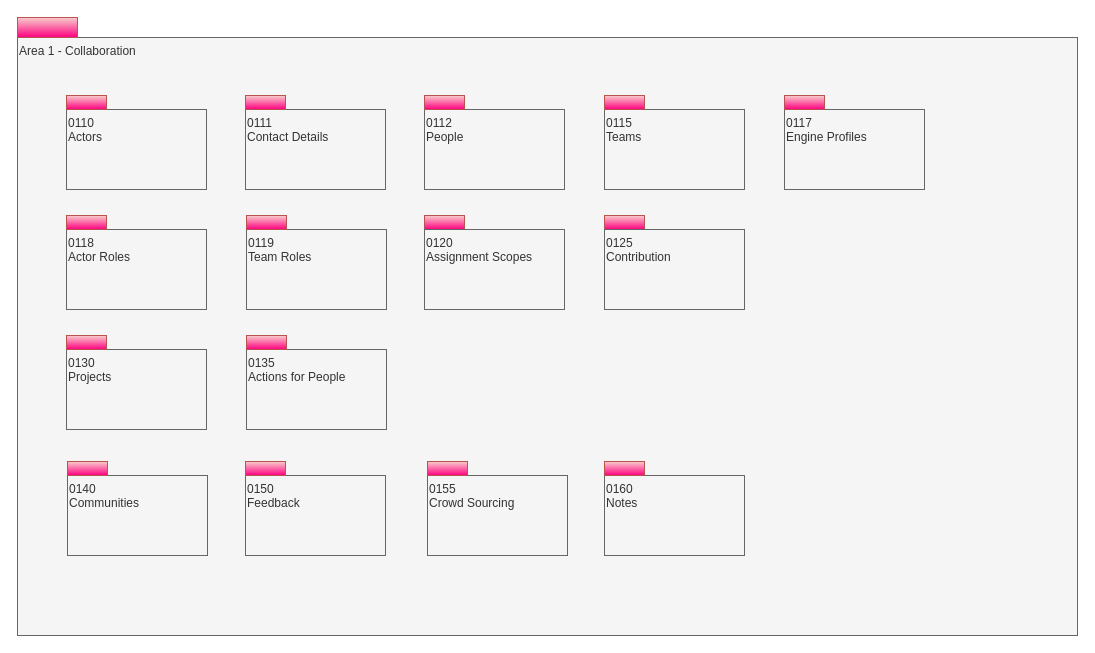
Above: page "Overview" (1 of 15) of site/docs/types/1/area-1-collaboration.drawio in odpi/egeria-docs (draw.io), before the change. Source tidied: cells renumbered, new cells numbered last; positions are measured from the earlier drawing's top-left corner, leaving out a move shared by most shapes. Both pictures are drawn from the tidied source at 100%, with x=0, y=0 at pixel (17, 17).
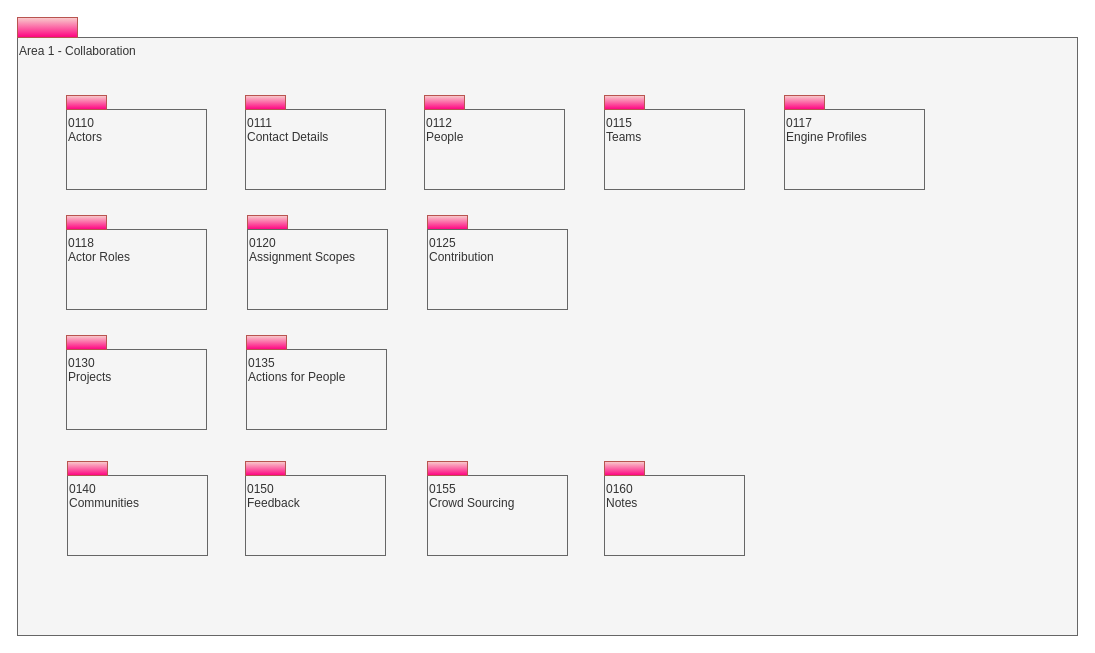
Above is the later version.

What changed in the source:
```diff
@@
-    <mxCell id="26" value="0119&lt;br&gt;Team Roles" style="rounded=0;whiteSpace=wrap;html=1;align=left;verticalAlign=top;fillColor=#f5f5f5;fontColor=#333333;strokeColor=#666666;" parent="1" vertex="1">
-      <mxGeometry x="229" y="212" width="140" height="80" as="geometry" />
-    </mxCell>
     <mxCell id="27" style="html=1;strokeColor=#b85450;align=center;fillColor=#f8cecc;gradientColor=#FF0080;" parent="1" vertex="1">
-      <mxGeometry x="407" y="198" width="40" height="14" as="geometry" />
+      <mxGeometry x="230" y="198" width="40" height="14" as="geometry" />
     </mxCell>
     <mxCell id="28" value="0120&lt;br&gt;Assignment Scopes" style="rounded=0;whiteSpace=wrap;html=1;align=left;verticalAlign=top;fillColor=#f5f5f5;fontColor=#333333;strokeColor=#666666;" parent="1" vertex="1">
-      <mxGeometry x="407" y="212" width="140" height="80" as="geometry" />
+      <mxGeometry x="230" y="212" width="140" height="80" as="geometry" />
     </mxCell>
-    <mxCell id="29" style="html=1;strokeColor=#b85450;align=center;fillColor=#f8cecc;gradientColor=#FF0080;" parent="1" vertex="1">
-      <mxGeometry x="229" y="198" width="40" height="14" as="geometry" />
-    </mxCell>
     <mxCell id="30" style="html=1;strokeColor=#b85450;align=center;fillColor=#f8cecc;gradientColor=#FF0080;" parent="1" vertex="1">
-      <mxGeometry x="587" y="198" width="40" height="14" as="geometry" />
+      <mxGeometry x="410" y="198" width="40" height="14" as="geometry" />
     </mxCell>
     <mxCell id="31" value="0125&lt;br&gt;Contribution" style="rounded=0;whiteSpace=wrap;html=1;align=left;verticalAlign=top;fillColor=#f5f5f5;fontColor=#333333;strokeColor=#666666;" parent="1" vertex="1">
-      <mxGeometry x="587" y="212" width="140" height="80" as="geometry" />
+      <mxGeometry x="410" y="212" width="140" height="80" as="geometry" />
     </mxCell>
```
